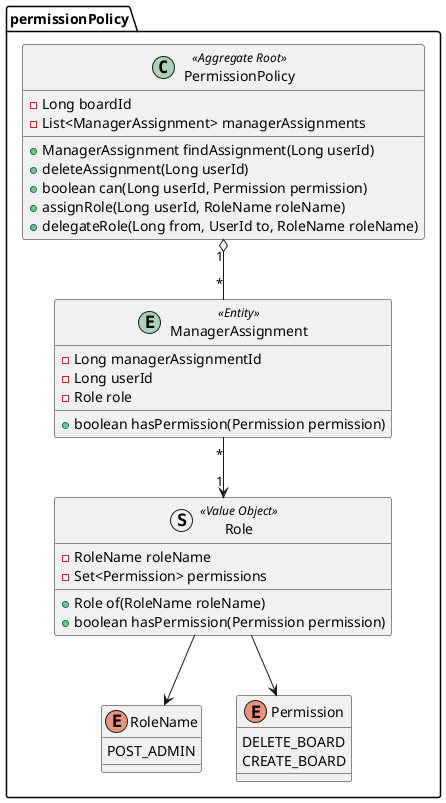
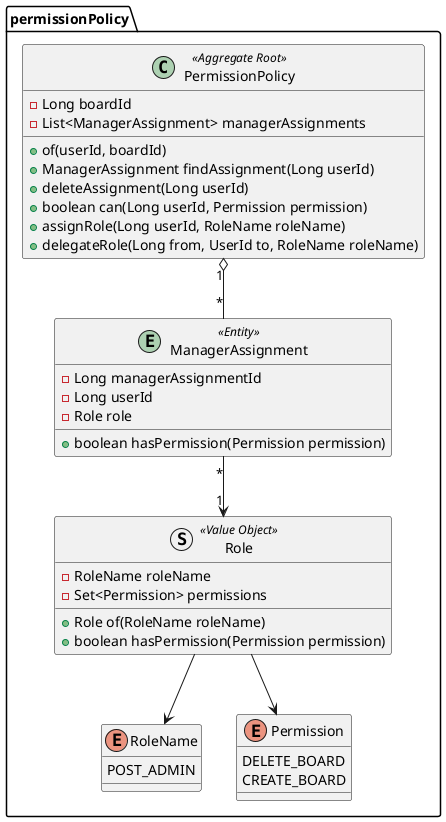
@startuml
package "permissionPolicy" {
  class PermissionPolicy <<Aggregate Root>>{
    - Long boardId
    - List<ManagerAssignment> managerAssignments
+     + of(userId, boardId)
    + ManagerAssignment findAssignment(Long userId)
    + deleteAssignment(Long userId)
    + boolean can(Long userId, Permission permission)
    + assignRole(Long userId, RoleName roleName)
    + delegateRole(Long from, UserId to, RoleName roleName)
  }

  entity ManagerAssignment <<Entity>>{
    - Long managerAssignmentId
    - Long userId
    - Role role
    + boolean hasPermission(Permission permission)
  }

  struct Role <<Value Object>>{
    - RoleName roleName
    - Set<Permission> permissions
    + Role of(RoleName roleName)
    + boolean hasPermission(Permission permission)
  }

  enum RoleName {
    POST_ADMIN
  }

  enum Permission {
    DELETE_BOARD
    CREATE_BOARD
  }

  PermissionPolicy "1" o-- "*" ManagerAssignment
  ManagerAssignment "*" --> "1" Role
  Role --> RoleName
  Role --> Permission
}
@enduml